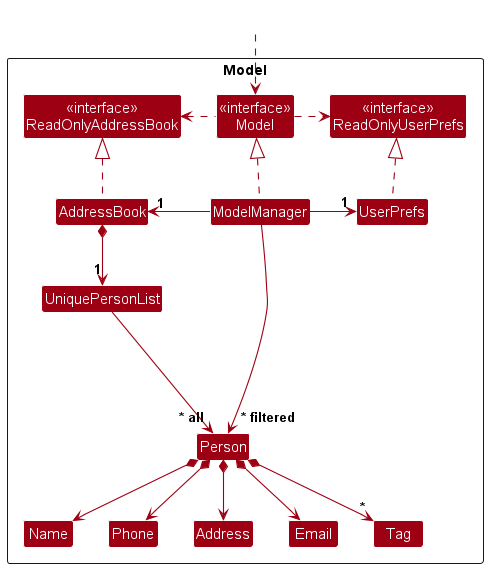
Earlier version of the PlantUML export docs/images/ModelClassDiagram.png (nus-cs2103-AY2425S1/tp). Source of this version:
```plantuml
@startuml
!include style.puml
skinparam arrowThickness 1.1
skinparam arrowColor MODEL_COLOR
skinparam classBackgroundColor MODEL_COLOR

Package Model as ModelPackage <<Rectangle>>{
Class "<<interface>>\nReadOnlyAddressBook" as ReadOnlyAddressBook
Class "<<interface>>\nReadOnlyUserPrefs" as ReadOnlyUserPrefs
Class "<<interface>>\nModel" as Model
Class AddressBook
Class ModelManager
Class UserPrefs

Class UniquePersonList
Class Person
Class Address
Class Email
Class Name
Class Phone
Class Tag

Class I #FFFFFF
}

Class HiddenOutside #FFFFFF
HiddenOutside ..> Model

AddressBook .up.|> ReadOnlyAddressBook

ModelManager .up.|> Model
Model .right.> ReadOnlyUserPrefs
Model .left.> ReadOnlyAddressBook
ModelManager -left-> "1" AddressBook
ModelManager -right-> "1" UserPrefs
UserPrefs .up.|> ReadOnlyUserPrefs

AddressBook *--> "1" UniquePersonList
UniquePersonList --> "~* all" Person
Person *--> Name
Person *--> Phone
Person *--> Email
Person *--> Address
Person *--> "*" Tag

Person -[hidden]up--> I
UniquePersonList -[hidden]right-> I

Name -[hidden]right-> Phone
Phone -[hidden]right-> Address
Address -[hidden]right-> Email

ModelManager --> "~* filtered" Person
@enduml
```
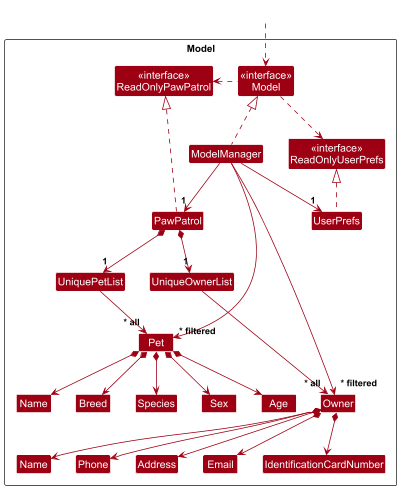
After the commit.

Commit message:
add model class diagram

What changed in the source:
```diff
@@ -4,51 +4,78 @@
 skinparam arrowColor MODEL_COLOR
 skinparam classBackgroundColor MODEL_COLOR
 
-Package Model as ModelPackage <<Rectangle>>{
-Class "<<interface>>\nReadOnlyAddressBook" as ReadOnlyAddressBook
-Class "<<interface>>\nReadOnlyUserPrefs" as ReadOnlyUserPrefs
-Class "<<interface>>\nModel" as Model
-Class AddressBook
-Class ModelManager
-Class UserPrefs
+Package Model as ModelPackage <<Rectangle>> {
+    Class "<<interface>>\nReadOnlyPawPatrol" as ReadOnlyPawPatrol
+    Class "<<interface>>\nReadOnlyUserPrefs" as ReadOnlyUserPrefs
+    Class "<<interface>>\nModel" as Model
+    Class PawPatrol
+    Class ModelManager
+    Class UserPrefs
 
-Class UniquePersonList
-Class Person
-Class Address
-Class Email
-Class Name
-Class Phone
-Class Tag
+    Class UniqueOwnerList
+    Class UniquePetList
+    Class Owner
+    Class Pet
+    Class Address
+    Class Email
+    Class Name
+    Class Nаme
+    Class Phone
+    Class IdentificationCardNumber
 
-Class I #FFFFFF
+    Class Age
+    Class Breed
+    Class Species
+    Class Sex
+
+
+    Class I #FFFFFF
 }
 
 Class HiddenOutside #FFFFFF
 HiddenOutside ..> Model
 
-AddressBook .up.|> ReadOnlyAddressBook
+PawPatrol .up.|> ReadOnlyPawPatrol
 
 ModelManager .up.|> Model
 Model .right.> ReadOnlyUserPrefs
-Model .left.> ReadOnlyAddressBook
-ModelManager -left-> "1" AddressBook
-ModelManager -right-> "1" UserPrefs
+Model .left.> ReadOnlyPawPatrol
+ModelManager -down-> "1" PawPatrol
+ModelManager -down-> "1" UserPrefs
 UserPrefs .up.|> ReadOnlyUserPrefs
 
-AddressBook *--> "1" UniquePersonList
-UniquePersonList --> "~* all" Person
-Person *--> Name
-Person *--> Phone
-Person *--> Email
-Person *--> Address
-Person *--> "*" Tag
+PawPatrol *--> "1" UniqueOwnerList
+PawPatrol *--> "1" UniquePetList
 
-Person -[hidden]up--> I
-UniquePersonList -[hidden]right-> I
+UniqueOwnerList -down-> "~* all" Owner
+UniquePetList -down-> "~* all" Pet
+
+Owner *--> Name
+Owner *--> Phone
+Owner *--> Email
+Owner *--> Address
+Owner *--> IdentificationCardNumber
+
+Pet *--> Age
+Pet *--> Breed
+Pet *--> Nаme
+Pet *--> Sex
+Pet *--> Species
+
+
+Owner -[hidden]up--> I
+UniqueOwnerList -[hidden]right-> I
+UniquePetList -[hidden]left-> I
 
 Name -[hidden]right-> Phone
 Phone -[hidden]right-> Address
 Address -[hidden]right-> Email
+Email -[hidden]right-> IdentificationCardNumber
 
-ModelManager --> "~* filtered" Person
+Age -[hidden]right-> Breed
+Breed -[hidden]right-> Species
+Species -[hidden]right-> Sex
+
+ModelManager --> "~* filtered" Owner
+ModelManager --> "~* filtered" Pet
 @enduml
```
